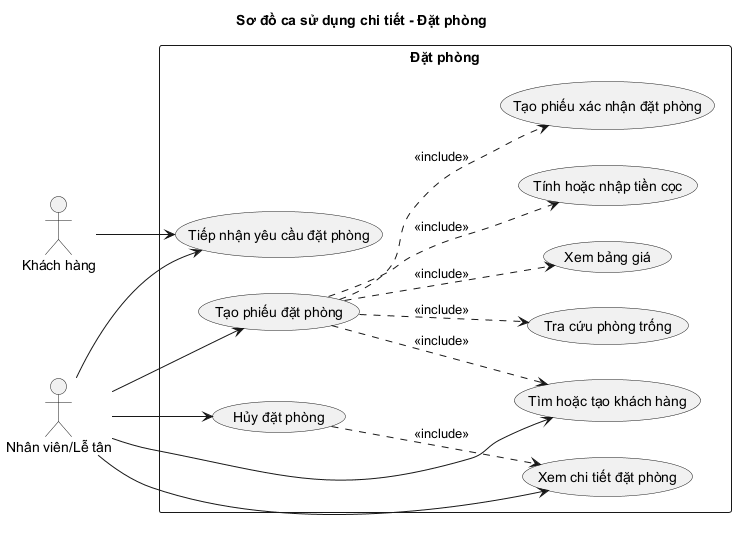
Before: docs/uml/images/usecase/UseCase_Reservation.png, a diagram exported from PlantUML (hieud3663/UHotel).
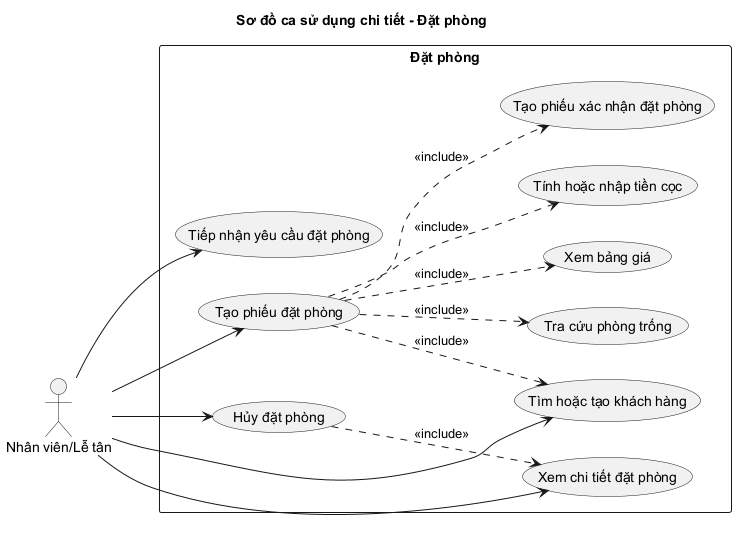
The same diagram one commit later.

What changed in the source:
```diff
@@ -3,7 +3,6 @@
 skinparam shadowing false
 title Sơ đồ ca sử dụng chi tiết - Đặt phòng
 
-actor "Khách hàng" as Customer
 actor "Nhân viên/Lễ tân" as Staff
 
 rectangle "Đặt phòng" {
@@ -18,7 +17,6 @@
   usecase "Hủy đặt phòng" as UC_Cancel
 }
 
-Customer --> UC_Request
 Staff --> UC_Request
 Staff --> UC_Customer
 Staff --> UC_Create
```
